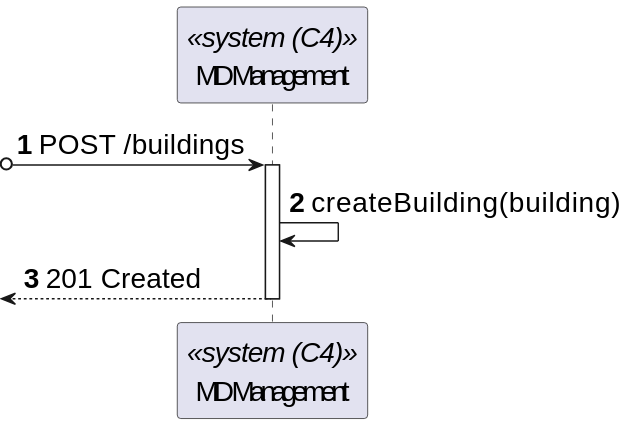
miseEnPlace-dev/lapr5 keeps this PlantUML diagram as _wiki/sprint-a/us01-150/views/level-2/assets/process-view.svg. Above is the earlier version.
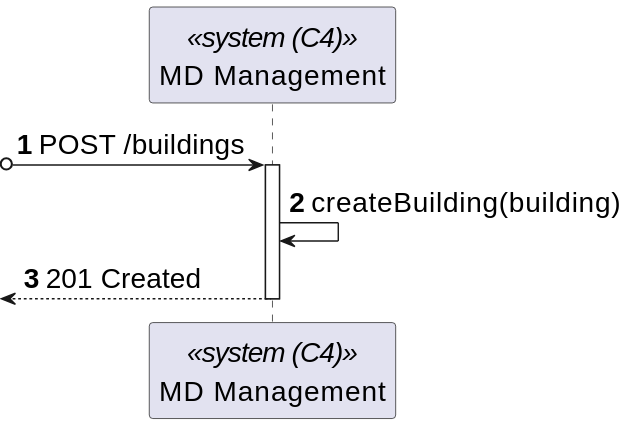
After the commit.

Change to the diagram source:
```diff
@@ -1,7 +1,7 @@
 @startuml
 skinparamlocked defaultFontSize 20
 autonumber
-participant SYS as "MD Devices" <<system (C4)>>
+participant SYS as "MD Management" <<system (C4)>>
 
 
 ?o-> SYS : POST /buildings
```
